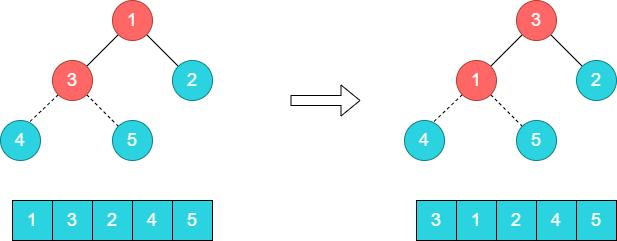
Earlier version of the draw.io export blog/datastructure_algorithm/heapsort-stable/heapsort-demo6.png (zgjsxx/static-img-repo). Source tidied: cells renumbered, new cells last; positions are measured from the earlier drawing's top-left corner, leaving out a move shared by most shapes.
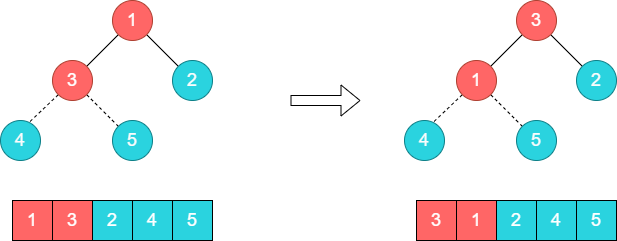
The same diagram one commit later.

The edit, as a diff of the source:
```diff
@@ -32,10 +32,10 @@
         <mxPoint x="490.1" y="94.1" as="targetPoint" />
       </mxGeometry>
     </mxCell>
-    <mxCell id="7" value="&lt;font style=&quot;font-size: 18px&quot;&gt;3&lt;/font&gt;" style="rounded=0;whiteSpace=wrap;html=1;fillColor=#2AD3DF;fontColor=#FFFFFF;" parent="1" vertex="1">
+    <mxCell id="7" value="&lt;font style=&quot;font-size: 18px&quot;&gt;3&lt;/font&gt;" style="rounded=0;whiteSpace=wrap;html=1;fillColor=#FF6666;fontColor=#FFFFFF;" parent="1" vertex="1">
       <mxGeometry x="416" y="200" width="40" height="40" as="geometry" />
     </mxCell>
-    <mxCell id="8" value="&lt;span style=&quot;font-size: 18px&quot;&gt;1&lt;/span&gt;" style="rounded=0;whiteSpace=wrap;html=1;fillColor=#2AD3DF;fontColor=#FFFFFF;" parent="1" vertex="1">
+    <mxCell id="8" value="&lt;span style=&quot;font-size: 18px&quot;&gt;1&lt;/span&gt;" style="rounded=0;whiteSpace=wrap;html=1;fillColor=#FF6666;fontColor=#FFFFFF;" parent="1" vertex="1">
       <mxGeometry x="456" y="200" width="40" height="40" as="geometry" />
     </mxCell>
     <mxCell id="9" value="&lt;font style=&quot;font-size: 18px&quot;&gt;2&lt;/font&gt;" style="rounded=0;whiteSpace=wrap;html=1;fillColor=#2AD3DF;fontColor=#FFFFFF;" parent="1" vertex="1">
@@ -80,10 +80,10 @@
         <mxPoint x="86.1" y="94.1" as="targetPoint" />
       </mxGeometry>
     </mxCell>
-    <mxCell id="19" value="&lt;font style=&quot;font-size: 18px&quot;&gt;1&lt;/font&gt;" style="rounded=0;whiteSpace=wrap;html=1;fillColor=#2AD3DF;fontColor=#FFFFFF;" parent="1" vertex="1">
+    <mxCell id="19" value="&lt;font style=&quot;font-size: 18px&quot;&gt;1&lt;/font&gt;" style="rounded=0;whiteSpace=wrap;html=1;fillColor=#FF6666;fontColor=#FFFFFF;" parent="1" vertex="1">
       <mxGeometry x="12" y="200" width="40" height="40" as="geometry" />
     </mxCell>
-    <mxCell id="20" value="&lt;span style=&quot;font-size: 18px&quot;&gt;3&lt;/span&gt;" style="rounded=0;whiteSpace=wrap;html=1;fillColor=#2AD3DF;fontColor=#FFFFFF;" parent="1" vertex="1">
+    <mxCell id="20" value="&lt;span style=&quot;font-size: 18px&quot;&gt;3&lt;/span&gt;" style="rounded=0;whiteSpace=wrap;html=1;fillColor=#FF6666;fontColor=#FFFFFF;" parent="1" vertex="1">
       <mxGeometry x="52" y="200" width="40" height="40" as="geometry" />
     </mxCell>
     <mxCell id="21" value="&lt;font style=&quot;font-size: 18px&quot;&gt;2&lt;/font&gt;" style="rounded=0;whiteSpace=wrap;html=1;fillColor=#2AD3DF;fontColor=#FFFFFF;" parent="1" vertex="1">
```
